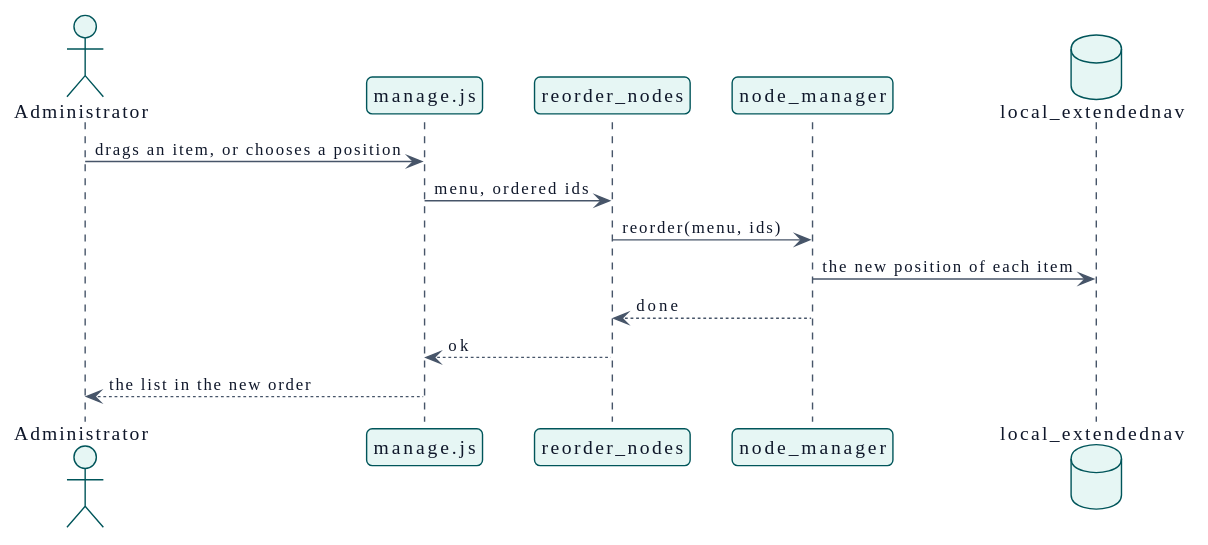
Before: docs/es/technical/design/use-cases/reorderNodes/sequence.svg, a diagram exported from PlantUML (didactika/moodle-local_extendednav). Source of this version:
```plantuml
@startuml
!theme plain
skinparam backgroundColor #FFFFFF
skinparam defaultFontName IBM Plex Sans
skinparam defaultFontSize 14
skinparam defaultFontColor #0F172A
skinparam shadowing false
skinparam packageStyle rectangle
skinparam ArrowFontSize 12
skinparam ClassAttributeIconSize 0
skinparam roundCorner 8
skinparam ArrowColor #475569
skinparam ArrowFontColor #0F172A
skinparam NoteBackgroundColor #FDF3DC
skinparam NoteBorderColor #00555A
skinparam NoteFontColor #0F172A
skinparam class {
  BackgroundColor #E6F6F4
  BorderColor #00555A
  FontColor #0F172A
}
skinparam entity {
  BackgroundColor #E6F6F4
  BorderColor #00555A
  FontColor #0F172A
}
skinparam participant {
  BackgroundColor #E6F6F4
  BorderColor #00555A
  FontColor #0F172A
}
skinparam actor {
  BackgroundColor #E6F6F4
  BorderColor #00555A
  FontColor #0F172A
}
skinparam database {
  BackgroundColor #E6F6F4
  BorderColor #00555A
  FontColor #0F172A
}
skinparam component {
  BackgroundColor #E6F6F4
  BorderColor #00555A
  FontColor #0F172A
}
skinparam node {
  BackgroundColor #E6F6F4
  BorderColor #00555A
  FontColor #0F172A
}
skinparam usecase {
  BackgroundColor #E6F6F4
  BorderColor #00555A
  FontColor #0F172A
}
skinparam interface {
  BackgroundColor #E6F6F4
  BorderColor #00555A
  FontColor #0F172A
}
skinparam state {
  BackgroundColor #E6F6F4
  BorderColor #00555A
  FontColor #0F172A
  StartColor #475569
  EndColor #475569
  ArrowColor #475569
}
skinparam package {
  BackgroundColor #F1F5F9
  BorderColor #00555A
  FontColor #0F172A
}
skinparam sequence {
  LifeLineBorderColor #475569
  LifeLineBackgroundColor #E6F6F4
  ArrowColor #475569
  GroupBorderColor #00555A
  GroupBackgroundColor #F1F5F9
}
skinparam package<<level1>> {
  BackgroundColor #A7DDD5
  BorderColor #00555A
  FontColor #0F172A
}
skinparam package<<level2>> {
  BackgroundColor #C8EEE9
  BorderColor #00555A
  FontColor #0F172A
}
skinparam package<<level3>> {
  BackgroundColor #E6F6F4
  BorderColor #00555A
  FontColor #0F172A
}
skinparam package<<level4>> {
  BackgroundColor #F4FBFA
  BorderColor #00555A
  FontColor #0F172A
}
hide <<level1>> stereotype
hide <<level2>> stereotype
hide <<level3>> stereotype
hide <<level4>> stereotype
skinparam linetype polyline
skinparam responseMessageBelowArrow true

actor "Administrator" as actor
participant "manage.js" as js
participant "reorder_nodes" as service
participant "node_manager" as manager
database "local_extendednav" as table

actor -> js : drags an item, or chooses a position
js -> service : menu, ordered ids
service -> manager : reorder(menu, ids)
manager -> table : the new position of each item
manager --> service : done
service --> js : ok
js --> actor : the list in the new order
@enduml
```
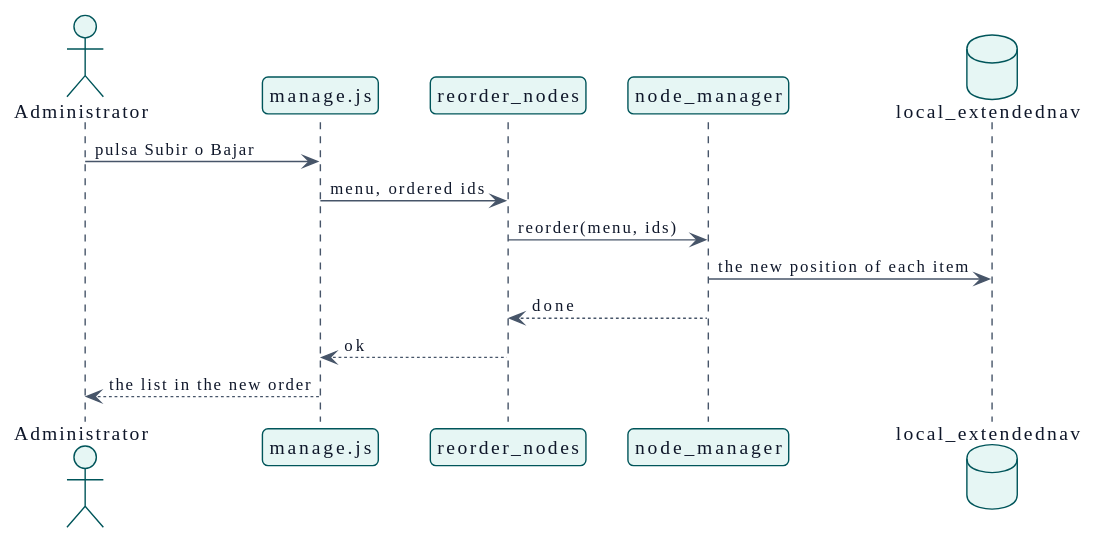
After the commit.

Change to the diagram source:
```diff
@@ -112,7 +112,7 @@
 participant "node_manager" as manager
 database "local_extendednav" as table
 
-actor -> js : drags an item, or chooses a position
+actor -> js : pulsa Subir o Bajar
 js -> service : menu, ordered ids
 service -> manager : reorder(menu, ids)
 manager -> table : the new position of each item
```
